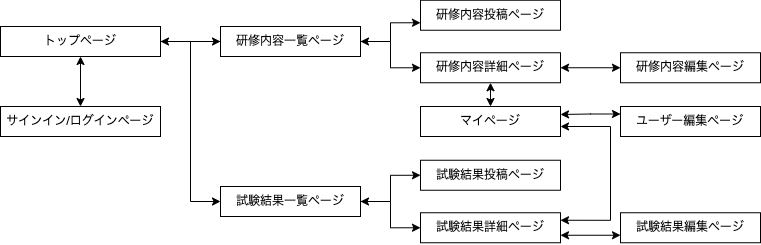
Above: trainingAppState.drawio.png in matsuikohei/trainingApp (draw.io), before the change. Source tidied: cells renumbered, new cells last; positions are measured from the earlier drawing's top-left corner, leaving out a move shared by most shapes.
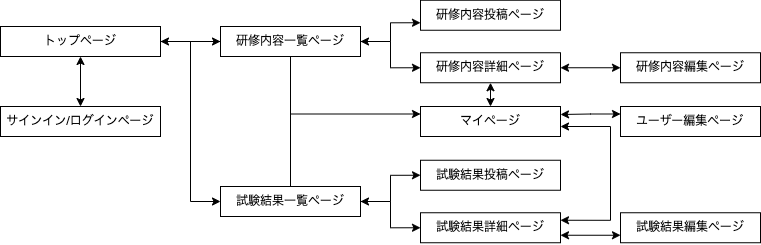
Later version of the same file.

Commit message:
ER図、状態遷移図の修正

The edit, as a diff of the source:
```diff
@@ -20,7 +20,12 @@
     <mxCell id="7" style="edgeStyle=orthogonalEdgeStyle;rounded=0;html=1;strokeWidth=1;entryX=0;entryY=0.75;entryDx=0;entryDy=0;startArrow=classic;startFill=1;" parent="1" edge="1" source="8" target="12">
       <mxGeometry relative="1" as="geometry" />
     </mxCell>
+    <mxCell id="27" style="edgeStyle=orthogonalEdgeStyle;rounded=0;html=1;endArrow=none;endFill=0;startSize=6;endSize=6;" parent="1" edge="1" source="8">
+      <mxGeometry relative="1" as="geometry">
+        <mxPoint x="290" y="116" as="targetPoint" />
+      </mxGeometry>
+    </mxCell>
-    <mxCell id="8" value="研修内容一覧ページ" style="rounded=0;whiteSpace=wrap;html=1;" parent="1" vertex="1">
+    <mxCell id="8" value="研修内容一覧ページ" style="rounded=0;whiteSpace=wrap;html=1;verticalAlign=middle;" parent="1" vertex="1">
       <mxGeometry x="220" y="26" width="140" height="30" as="geometry" />
     </mxCell>
     <mxCell id="9" style="edgeStyle=orthogonalEdgeStyle;rounded=0;html=1;entryX=0;entryY=0.5;entryDx=0;entryDy=0;strokeWidth=1;" parent="1" edge="1" source="11" target="21">
@@ -29,6 +34,13 @@
     <mxCell id="10" style="edgeStyle=orthogonalEdgeStyle;rounded=0;html=1;entryX=0;entryY=0.5;entryDx=0;entryDy=0;strokeWidth=1;startArrow=classic;startFill=1;" parent="1" edge="1" source="11" target="23">
       <mxGeometry relative="1" as="geometry" />
     </mxCell>
+    <mxCell id="28" style="edgeStyle=orthogonalEdgeStyle;html=1;entryX=0;entryY=0.25;entryDx=0;entryDy=0;exitX=0.5;exitY=0;exitDx=0;exitDy=0;rounded=0;" parent="1" edge="1" source="11" target="20">
+      <mxGeometry relative="1" as="geometry">
+        <Array as="points">
+          <mxPoint x="290" y="114" />
+        </Array>
+      </mxGeometry>
+    </mxCell>
     <mxCell id="11" value="試験結果一覧ページ" style="rounded=0;whiteSpace=wrap;html=1;" parent="1" vertex="1">
       <mxGeometry x="220" y="186" width="140" height="30" as="geometry" />
     </mxCell>
```
